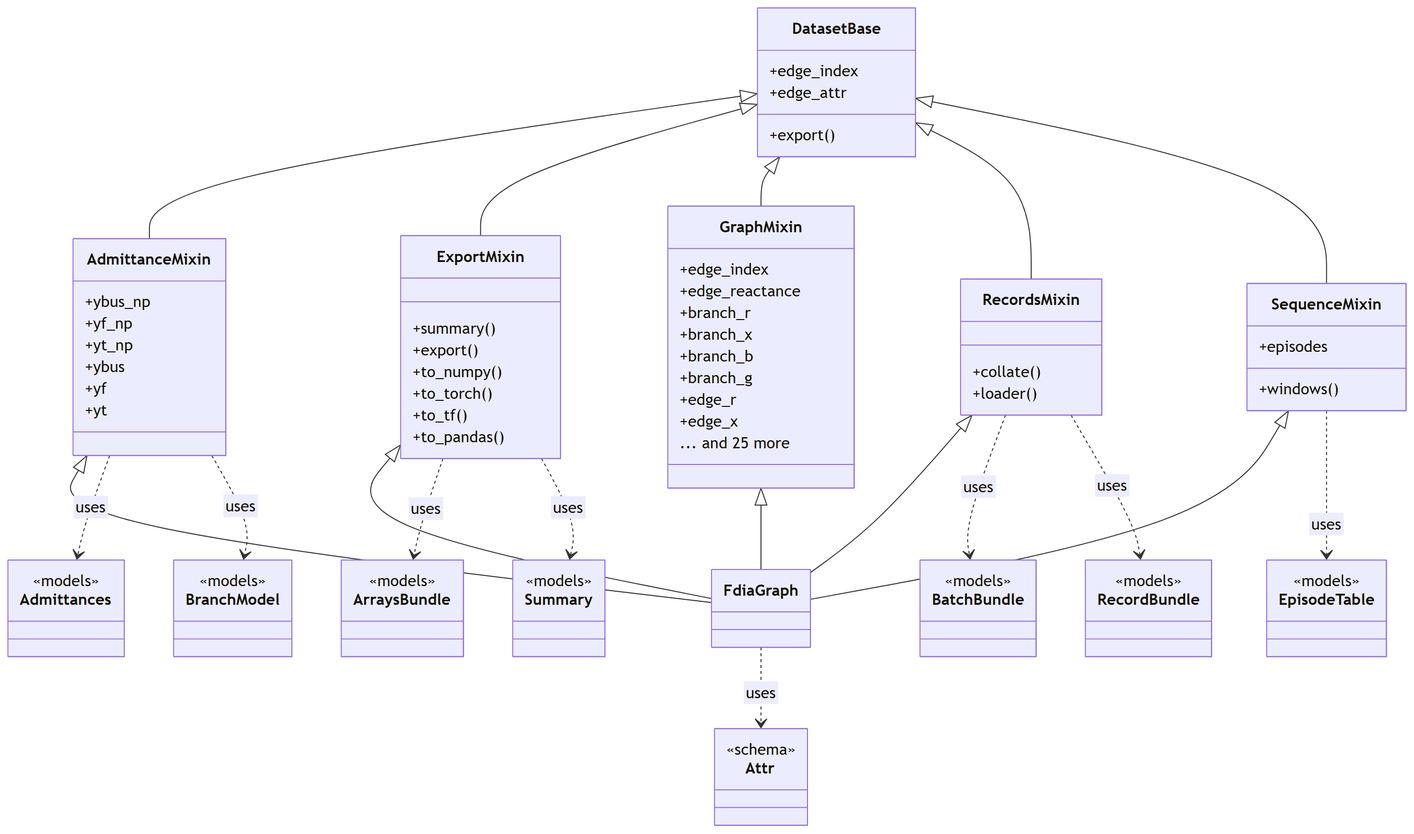
The Mermaid diagram docs/figures/diagrams/classes_dataset.png in myersben9/fdia-graph, before a commit. Its source is kept beside it as docs/figures/diagrams/classes_dataset.mmd.
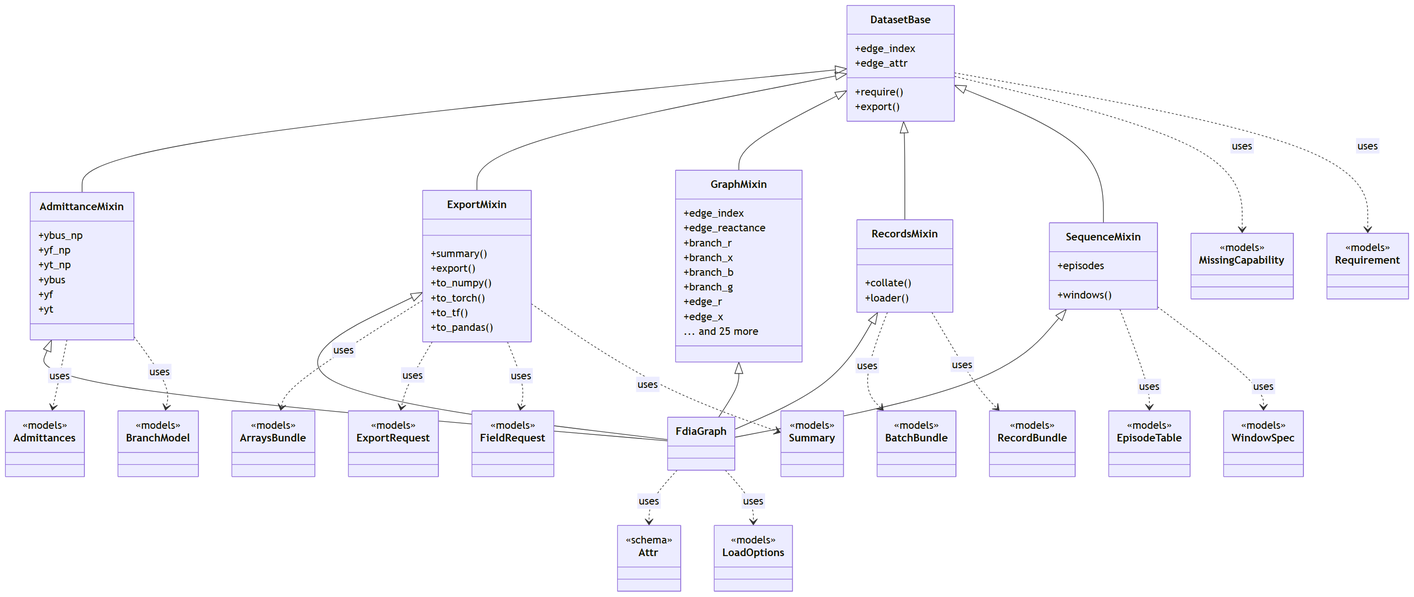
The same file after the commit.

The edit, as a diff of the source:
```diff
@@ -1,5 +1,6 @@
 classDiagram
     class DatasetBase {
+        +require()
         +edge_index
         +edge_attr
         +export()
@@ -59,10 +60,28 @@
     class EpisodeTable {
         <<models>>
     }
+    class ExportRequest {
+        <<models>>
+    }
+    class FieldRequest {
+        <<models>>
+    }
+    class LoadOptions {
+        <<models>>
+    }
+    class MissingCapability {
+        <<models>>
+    }
     class RecordBundle {
         <<models>>
     }
+    class Requirement {
+        <<models>>
+    }
     class Summary {
+        <<models>>
+    }
+    class WindowSpec {
         <<models>>
     }
     AdmittanceMixin <|-- FdiaGraph
@@ -77,9 +96,15 @@
     SequenceMixin <|-- FdiaGraph
     AdmittanceMixin ..> Admittances : uses
     AdmittanceMixin ..> BranchModel : uses
+    DatasetBase ..> MissingCapability : uses
+    DatasetBase ..> Requirement : uses
     ExportMixin ..> ArraysBundle : uses
+    ExportMixin ..> ExportRequest : uses
+    ExportMixin ..> FieldRequest : uses
     ExportMixin ..> Summary : uses
     FdiaGraph ..> Attr : uses
+    FdiaGraph ..> LoadOptions : uses
     RecordsMixin ..> BatchBundle : uses
     RecordsMixin ..> RecordBundle : uses
     SequenceMixin ..> EpisodeTable : uses
+    SequenceMixin ..> WindowSpec : uses
```
